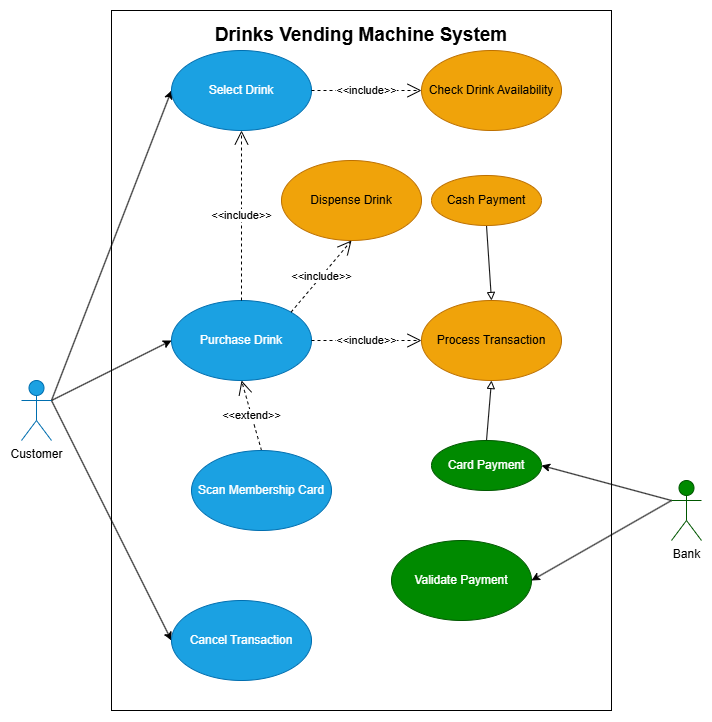
Earlier version of the draw.io export Use Case Diagram.png (unpricedgull9/SoftwareCW1). Source tidied: cells renumbered, new cells last; positions are measured from the earlier drawing's top-left corner, leaving out a move shared by most shapes.
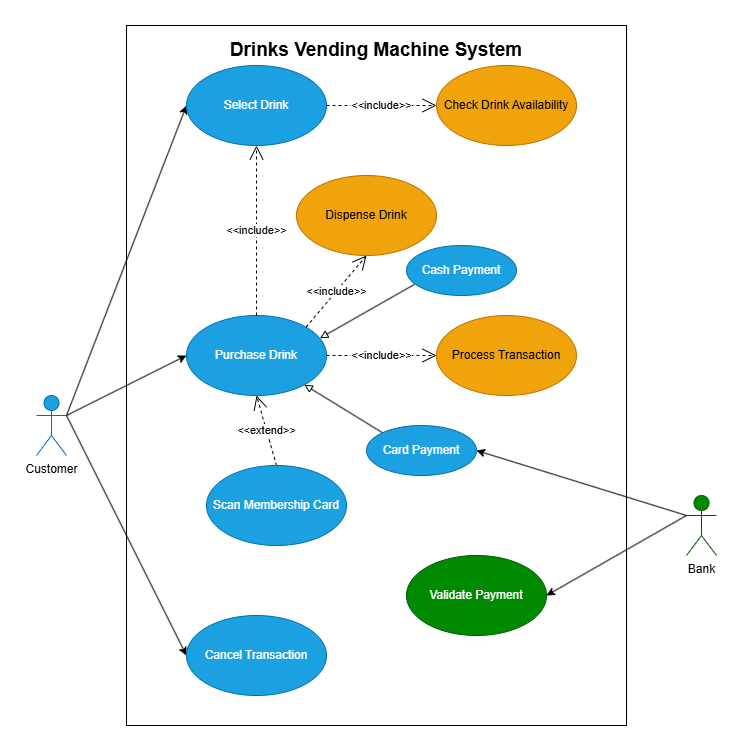
Above is the later version.

Commit message:
Improved version of use case diagram

Change to the diagram source:
```diff
@@ -47,10 +47,10 @@
     <mxCell id="16" value="Scan Membership Card" style="ellipse;whiteSpace=wrap;html=1;fillColor=#1ba1e2;fontColor=#ffffff;strokeColor=#006EAF;" parent="1" vertex="1">
       <mxGeometry x="170" y="440" width="140" height="80" as="geometry" />
     </mxCell>
-    <mxCell id="17" style="edgeStyle=none;rounded=0;jettySize=auto;html=1;exitX=0.5;exitY=1;exitDx=0;exitDy=0;entryX=0.5;entryY=0;entryDx=0;entryDy=0;endArrow=block;endFill=0;" parent="1" edge="1" source="21" target="19">
+    <mxCell id="17" style="edgeStyle=none;rounded=0;jettySize=auto;html=1;exitX=0.073;exitY=0.777;exitDx=0;exitDy=0;entryX=0.953;entryY=0.284;entryDx=0;entryDy=0;endArrow=block;endFill=0;entryPerimeter=0;exitPerimeter=0;" parent="1" edge="1" source="21" target="8">
       <mxGeometry relative="1" as="geometry" />
     </mxCell>
-    <mxCell id="18" style="edgeStyle=none;rounded=0;jettySize=auto;html=1;exitX=0.5;exitY=0;exitDx=0;exitDy=0;entryX=0.5;entryY=1;entryDx=0;entryDy=0;endArrow=block;endFill=0;" parent="1" edge="1" source="22" target="19">
+    <mxCell id="18" style="edgeStyle=none;rounded=0;jettySize=auto;html=1;exitX=0;exitY=0;exitDx=0;exitDy=0;endArrow=block;endFill=0;" parent="1" edge="1" source="22" target="8">
       <mxGeometry relative="1" as="geometry" />
     </mxCell>
     <mxCell id="19" value="Process Transaction" style="ellipse;whiteSpace=wrap;html=1;fillColor=#f0a30a;fontColor=#000000;strokeColor=#BD7000;" parent="1" vertex="1">
@@ -59,11 +59,11 @@
     <mxCell id="20" value="&amp;lt;&amp;lt;include&amp;gt;&amp;gt;" style="endArrow=open;endSize=12;dashed=1;html=1;rounded=0;exitX=1;exitY=0.5;exitDx=0;exitDy=0;" parent="1" edge="1" source="8" target="19">
       <mxGeometry relative="1" as="geometry" />
     </mxCell>
-    <mxCell id="21" value="Cash Payment" style="ellipse;whiteSpace=wrap;html=1;fillColor=#f0a30a;fontColor=#000000;strokeColor=#BD7000;" parent="1" vertex="1">
-      <mxGeometry x="410" y="165" width="110" height="50" as="geometry" />
+    <mxCell id="21" value="Cash Payment" style="ellipse;whiteSpace=wrap;html=1;fillColor=#1ba1e2;fontColor=#ffffff;strokeColor=#006EAF;" parent="1" vertex="1">
+      <mxGeometry x="370" y="220" width="110" height="50" as="geometry" />
     </mxCell>
-    <mxCell id="22" value="Card Payment" style="ellipse;whiteSpace=wrap;html=1;fillColor=#008a00;fontColor=#ffffff;strokeColor=#005700;" parent="1" vertex="1">
-      <mxGeometry x="410" y="430" width="110" height="50" as="geometry" />
+    <mxCell id="22" value="Card Payment" style="ellipse;whiteSpace=wrap;html=1;fillColor=#1ba1e2;strokeColor=#006EAF;fontColor=#ffffff;" parent="1" vertex="1">
+      <mxGeometry x="330" y="400" width="110" height="50" as="geometry" />
     </mxCell>
     <mxCell id="23" value="Validate Payment" style="ellipse;whiteSpace=wrap;html=1;fillColor=#008a00;fontColor=#ffffff;strokeColor=#005700;" parent="1" vertex="1">
       <mxGeometry x="370" y="530" width="140" height="80" as="geometry" />
```
